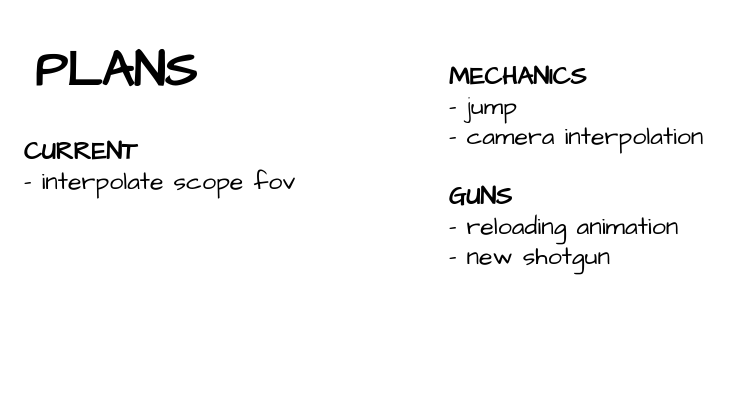
HasChad/bevy-shooting-range keeps this draw.io diagram as plans.drawio. Above is the earlier version. Source tidied: cells renumbered, new cells numbered last; positions are measured from the earlier drawing's top-left corner, leaving out a move shared by most shapes. Both pictures are drawn from the tidied source at 125%, with x=0, y=0 at pixel (21, 34).
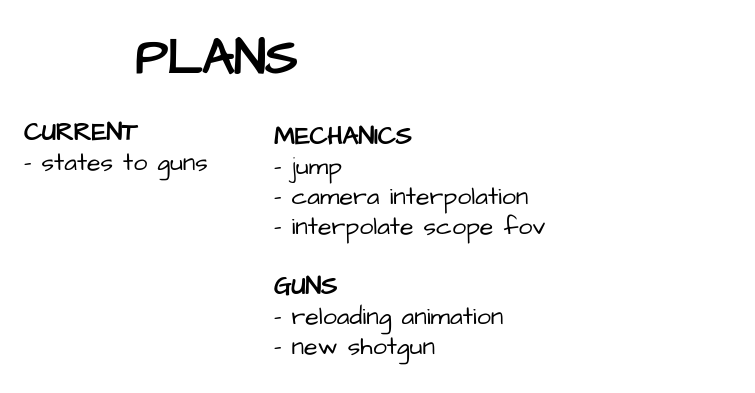
The same diagram, later.

Commit message (it also covers changes not shown here):
- added weapon state - replaced fps counter code to ui.rs - created new folder for ingame ui (crosshair, ui, settings) - refactor weapon model change code (still buggy) - updated plans

Diff of the diagram source:
```diff
@@
 <mxGraphModel>
   <root>
     <mxCell id="0" />
     <mxCell id="1" parent="0" />
-    <mxCell id="2" value="&lt;b&gt;MECHANICS&lt;/b&gt;&lt;br&gt;- jump&lt;br&gt;- camera interpolation&lt;br&gt;&lt;br&gt;&lt;b&gt;GUNS&lt;br&gt;&lt;/b&gt;- reloading animation&lt;br&gt;- new shotgun" style="text;html=1;align=left;verticalAlign=middle;strokeColor=none;fillColor=none;fontSize=20;fontFamily=Architects Daughter;sketch=1;hachureGap=4;jiggle=2;curveFitting=1;" parent="1" vertex="1">
-      <mxGeometry x="340" y="15" width="230" height="180" as="geometry" />
+    <mxCell id="2" value="&lt;b&gt;MECHANICS&lt;/b&gt;&lt;br&gt;- jump&lt;br&gt;- camera interpolation&lt;br&gt;- interpolate scope fov&lt;br&gt;&lt;br&gt;&lt;b&gt;GUNS&lt;br&gt;&lt;/b&gt;- reloading animation&lt;br&gt;- new shotgun" style="text;html=1;align=left;verticalAlign=middle;strokeColor=none;fillColor=none;fontSize=20;fontFamily=Architects Daughter;sketch=1;hachureGap=4;jiggle=2;curveFitting=1;" parent="1" vertex="1">
+      <mxGeometry x="200" y="60" width="240" height="210" as="geometry" />
     </mxCell>
-    <mxCell id="3" value="&lt;b&gt;CURRENT&lt;br&gt;&lt;/b&gt;- interpolate scope fov&lt;b&gt;&lt;br&gt;&lt;/b&gt;" style="text;html=1;align=left;verticalAlign=middle;strokeColor=none;fillColor=none;fontSize=20;fontFamily=Architects Daughter;sketch=1;hachureGap=4;jiggle=2;curveFitting=1;" parent="1" vertex="1">
-      <mxGeometry y="75" width="240" height="60" as="geometry" />
+    <mxCell id="3" value="&lt;b&gt;CURRENT&lt;br&gt;&lt;/b&gt;- states to guns&lt;b&gt;&lt;br&gt;&lt;/b&gt;" style="text;html=1;align=left;verticalAlign=middle;strokeColor=none;fillColor=none;fontSize=20;fontFamily=Architects Daughter;sketch=1;hachureGap=4;jiggle=2;curveFitting=1;" parent="1" vertex="1">
+      <mxGeometry y="60" width="170" height="60" as="geometry" />
     </mxCell>
     <mxCell id="4" value="&lt;b&gt;&lt;font style=&quot;font-size: 40px;&quot;&gt;PLANS&lt;/font&gt;&lt;/b&gt;" style="text;html=1;align=center;verticalAlign=middle;strokeColor=none;fillColor=none;fontSize=20;fontFamily=Architects Daughter;sketch=1;hachureGap=4;jiggle=2;curveFitting=1;" parent="1" vertex="1">
-      <mxGeometry width="150" height="60" as="geometry" />
+      <mxGeometry x="80" y="-10" width="150" height="60" as="geometry" />
     </mxCell>
   </root>
 </mxGraphModel>
```
